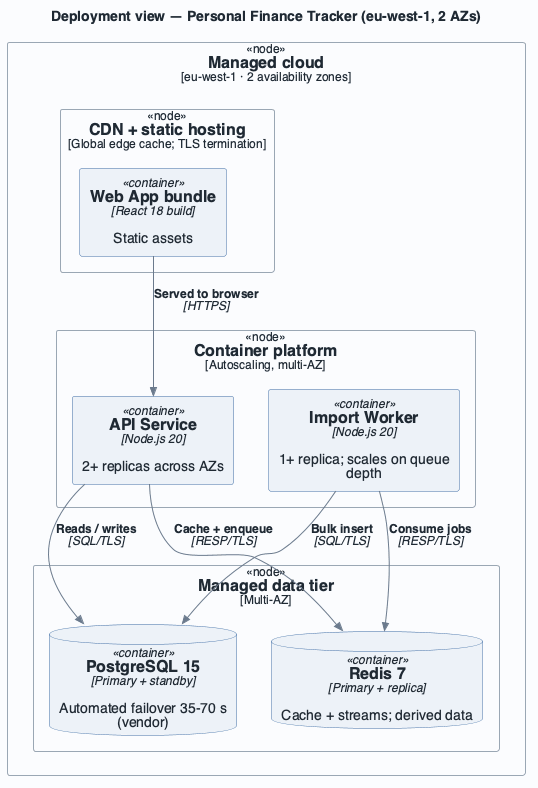
Before: examples/personal-finance-tracker-plantuml/docs/diagrams/view-allocation-deployment-01.png, a diagram exported from PlantUML (rtym/sei-architecture-methodology). Its source is kept beside it as examples/personal-finance-tracker-plantuml/docs/diagrams/view-allocation-deployment-01.puml.
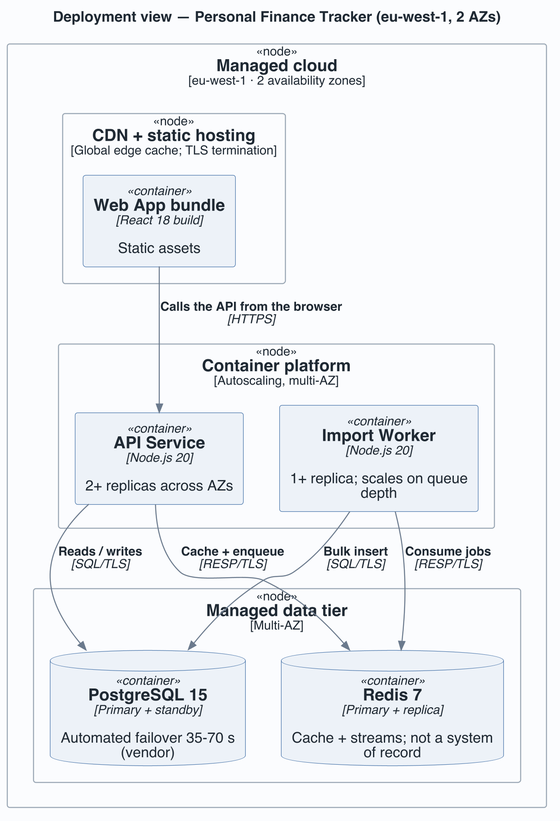
After the commit.

Diff of the diagram source:
```diff
@@ -13,10 +13,10 @@
   }
   Deployment_Node(datatier, "Managed data tier", "Multi-AZ") {
     ContainerDb(db, "PostgreSQL 15", "Primary + standby", "Automated failover 35-70 s (vendor)")
-    ContainerDb(redis, "Redis 7", "Primary + replica", "Cache + streams; derived data")
+    ContainerDb(redis, "Redis 7", "Primary + replica", "Cache + streams; not a system of record")
   }
 }
-Rel(spa, api, "Served to browser", "HTTPS")
+Rel(spa, api, "Calls the API from the browser", "HTTPS")
 Rel(api, db, "Reads / writes", "SQL/TLS")
 Rel(api, redis, "Cache + enqueue", "RESP/TLS")
 Rel(worker, redis, "Consume jobs", "RESP/TLS")
```
